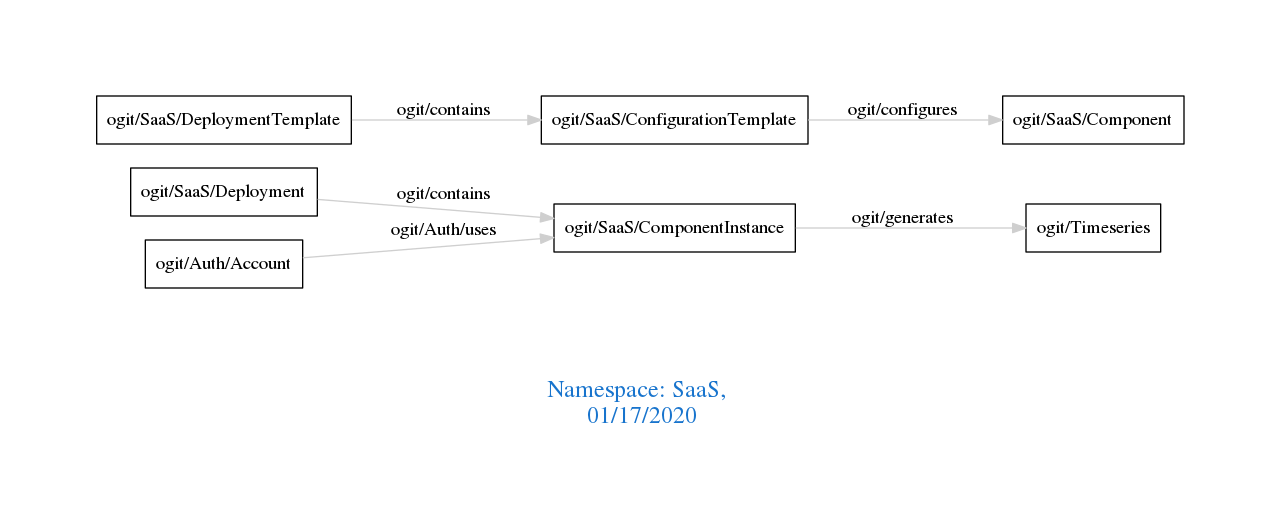
This is downloads/SaaS.png from arago/OGIT, a Graphviz export, as it was before one commit. Its source is kept beside it as downloads/SaaS.dot.
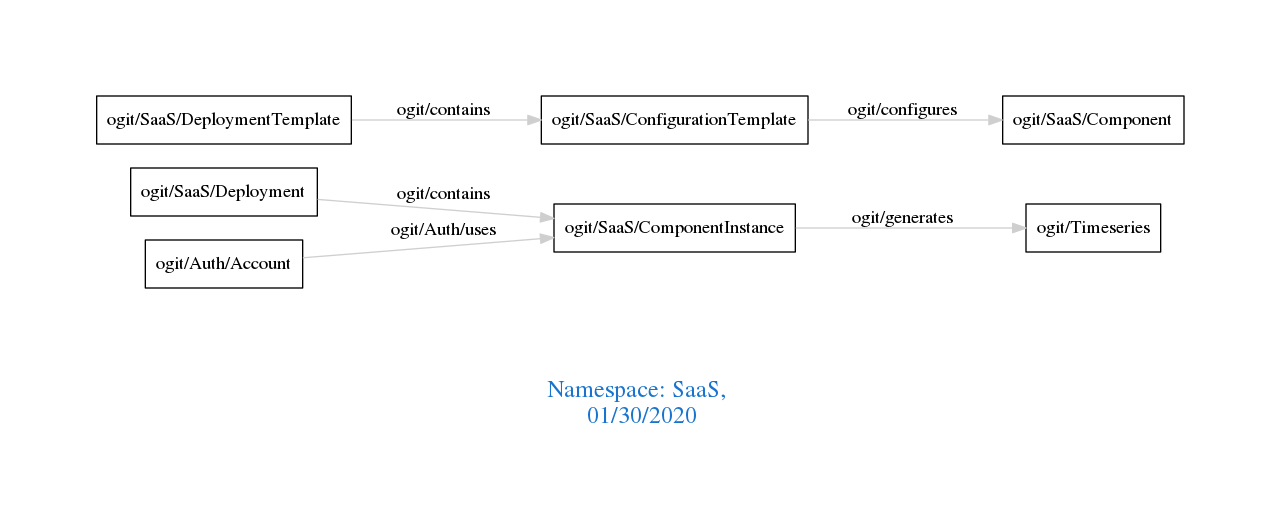
Later version of the same file.

The edit, as a diff of the source:
```diff
@@ -1,7 +1,7 @@
 digraph OGIT_ontology {
  graph [ rankdir= LR,pad=1
 fontsize = 18,
-fontcolor= dodgerblue3,label = "\n\n\nNamespace: SaaS, \n 01/17/2020"];
+fontcolor= dodgerblue3,label = "\n\n\nNamespace: SaaS, \n 01/30/2020"];
 node[shape=polygon];
 edge [  color="gray81"];
 
```
